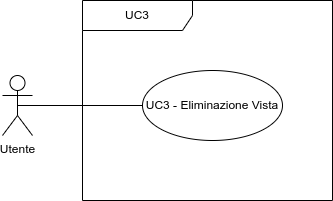
Above: assets/eliminazione_vista.png in Club-Swendwich/Documenti (draw.io), before the change. Source tidied: cells renumbered, new cells last; positions are measured from the earlier drawing's top-left corner, leaving out a move shared by most shapes.
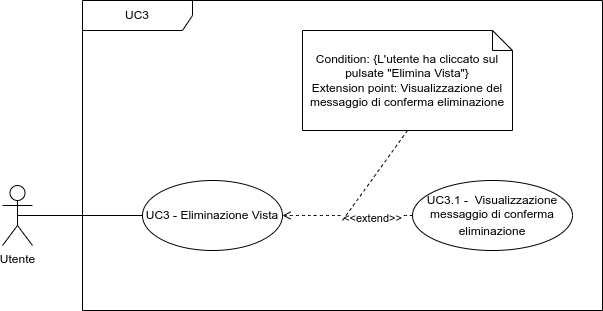
After the commit.

Diff of the diagram source:
```diff
@@ -9,10 +9,27 @@
       <mxGeometry y="75" width="30" height="60" as="geometry" />
     </mxCell>
     <mxCell id="4" value="UC3" style="shape=umlFrame;whiteSpace=wrap;html=1;width=110;height=30;" parent="1" vertex="1">
-      <mxGeometry x="80" width="250" height="200" as="geometry" />
+      <mxGeometry x="80" y="-110" width="520" height="310" as="geometry" />
     </mxCell>
     <mxCell id="5" value="UC3 - Eliminazione Vista" style="ellipse;whiteSpace=wrap;html=1;" parent="1" vertex="1">
       <mxGeometry x="140" y="70" width="140" height="70" as="geometry" />
     </mxCell>
+    <mxCell id="6" value="UC3.1 -&amp;nbsp; Visualizzazione messaggio di conferma eliminazione&lt;span style=&quot;color: rgb(198 , 120 , 221) ; background-color: rgb(48 , 53 , 62) ; font-family: &amp;#34;droid sans mono&amp;#34; , &amp;#34;monospace&amp;#34; , monospace ; font-size: 14px&quot;&gt;&lt;br&gt;&lt;/span&gt;" style="ellipse;whiteSpace=wrap;html=1;" parent="1" vertex="1">
+      <mxGeometry x="410" y="70" width="160" height="70" as="geometry" />
+    </mxCell>
+    <mxCell id="7" style="edgeStyle=none;jettySize=auto;html=1;rounded=0;endArrow=open;sourcePerimeterSpacing=8;targetPerimeterSpacing=8;curved=1;entryX=1;entryY=0.5;entryDx=0;entryDy=0;exitX=0;exitY=0.5;exitDx=0;exitDy=0;dashed=1;" parent="1" edge="1" source="6" target="5">
+      <mxGeometry relative="1" as="geometry" />
+    </mxCell>
+    <mxCell id="8" value="&amp;lt;&amp;lt;extend&amp;gt;&amp;gt;" style="edgeLabel;html=1;align=center;verticalAlign=middle;" parent="7" vertex="1">
+      <mxGeometry x="-0.37" y="2" relative="1" as="geometry" />
+    </mxCell>
+    <mxCell id="9" style="rounded=0;jettySize=auto;html=1;exitX=0.5;exitY=1;exitDx=0;exitDy=0;exitPerimeter=0;dashed=1;endArrow=none;endFill=0;" parent="1" edge="1" source="10">
+      <mxGeometry relative="1" as="geometry">
+        <mxPoint x="340" y="110" as="targetPoint" />
+      </mxGeometry>
+    </mxCell>
+    <mxCell id="10" value="Condition: {L'utente ha cliccato sul pulsate &quot;Elimina Vista&quot;}&lt;br&gt;Extension point: Visualizzazione del messaggio di conferma eliminazione" style="shape=note;size=20;whiteSpace=wrap;html=1;" parent="1" vertex="1">
+      <mxGeometry x="300" y="-80" width="210" height="100" as="geometry" />
+    </mxCell>
   </root>
 </mxGraphModel>
```
